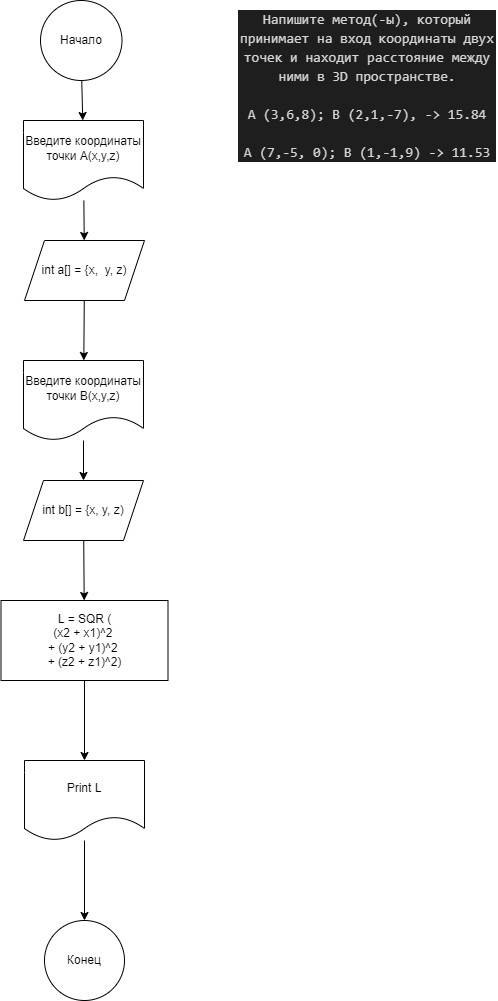
dvmax1984/Csharp25022023 keeps this draw.io diagram as Homework/Homewotk_03/Ex021/diagramma.drawio.png. Above is the earlier version. Source tidied: cells renumbered, new cells last; positions are measured from the earlier drawing's top-left corner, leaving out a move shared by most shapes.
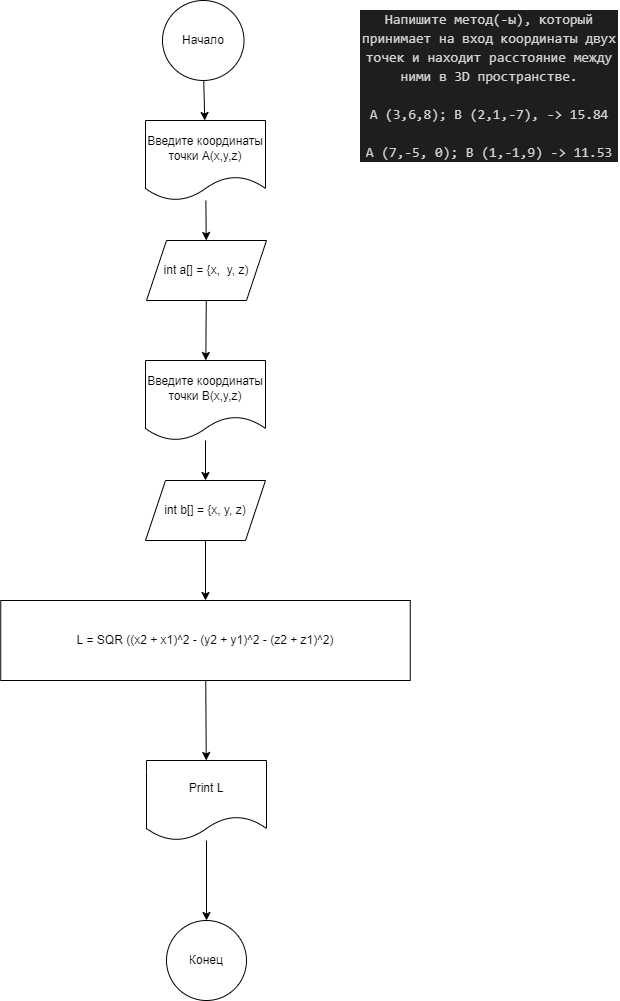
The same file after the commit.

Commit message:
Решил задачу HW03Ex021 классами

The edit, as a diff of the source:
```diff
@@ -38,8 +38,8 @@
     <mxCell id="13" style="edgeStyle=none;html=1;" parent="1" edge="1" source="14" target="16">
       <mxGeometry relative="1" as="geometry" />
     </mxCell>
-    <mxCell id="14" value="L = SQR (&lt;br&gt;(x2 + x1)^2 &lt;br&gt;+ (y2 + y1)^2 &lt;br&gt;+ (z2 + z1)^2)" style="whiteSpace=wrap;html=1;" parent="1" vertex="1">
-      <mxGeometry x="0.5" y="600" width="167" height="80" as="geometry" />
+    <mxCell id="14" value="L = SQR ((x2 + x1)^2&amp;nbsp;- (y2 + y1)^2 -&amp;nbsp;(z2 + z1)^2)" style="whiteSpace=wrap;html=1;" parent="1" vertex="1">
+      <mxGeometry x="-121.8" y="600" width="409.5" height="80" as="geometry" />
     </mxCell>
     <mxCell id="15" style="edgeStyle=none;html=1;" parent="1" edge="1" source="16" target="17">
       <mxGeometry relative="1" as="geometry" />
```
